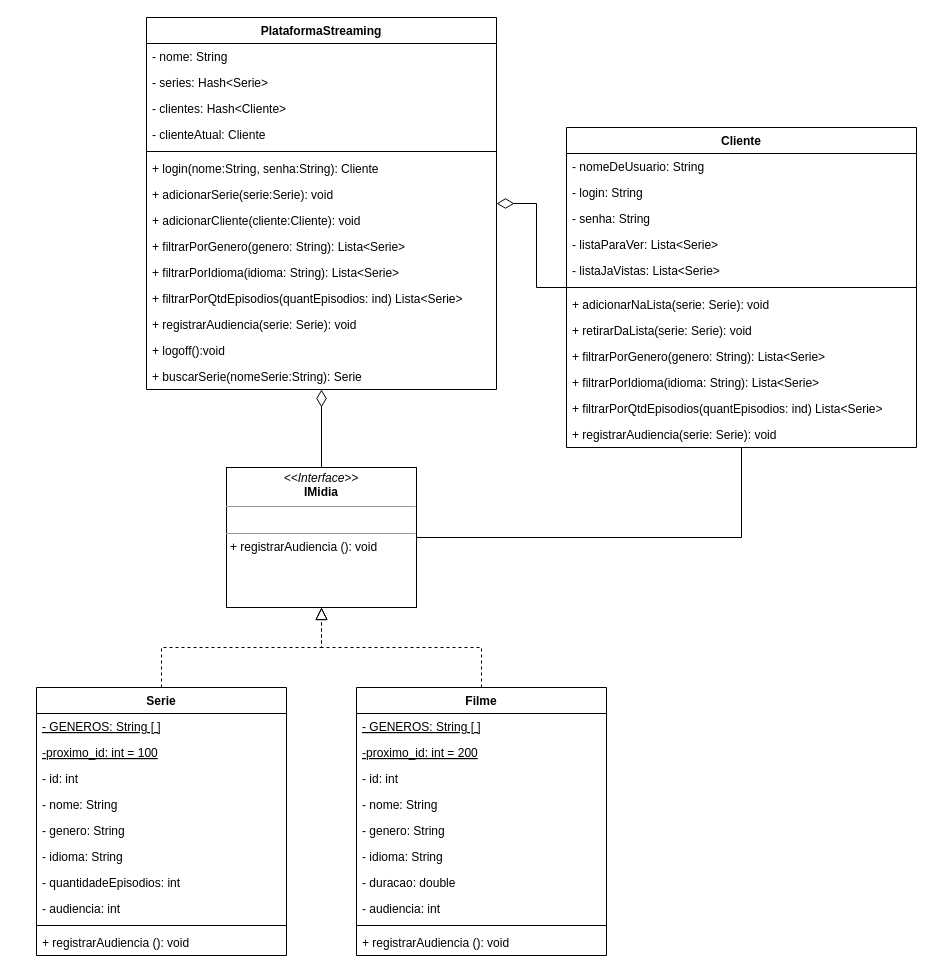
Above: codigo/docs/diagrama/Classe/2.0.0/DiagramaClasse-v2.0.0.drawio in DisciplinasProgramacao/lpm_projetos_3_4_5-grupo6 (draw.io), before the change. Source tidied: cells renumbered, new cells numbered last; positions are measured from the earlier drawing's top-left corner, leaving out a move shared by most shapes. Both pictures are drawn from the tidied source at 100%, with x=0, y=0 at pixel (36, 17).
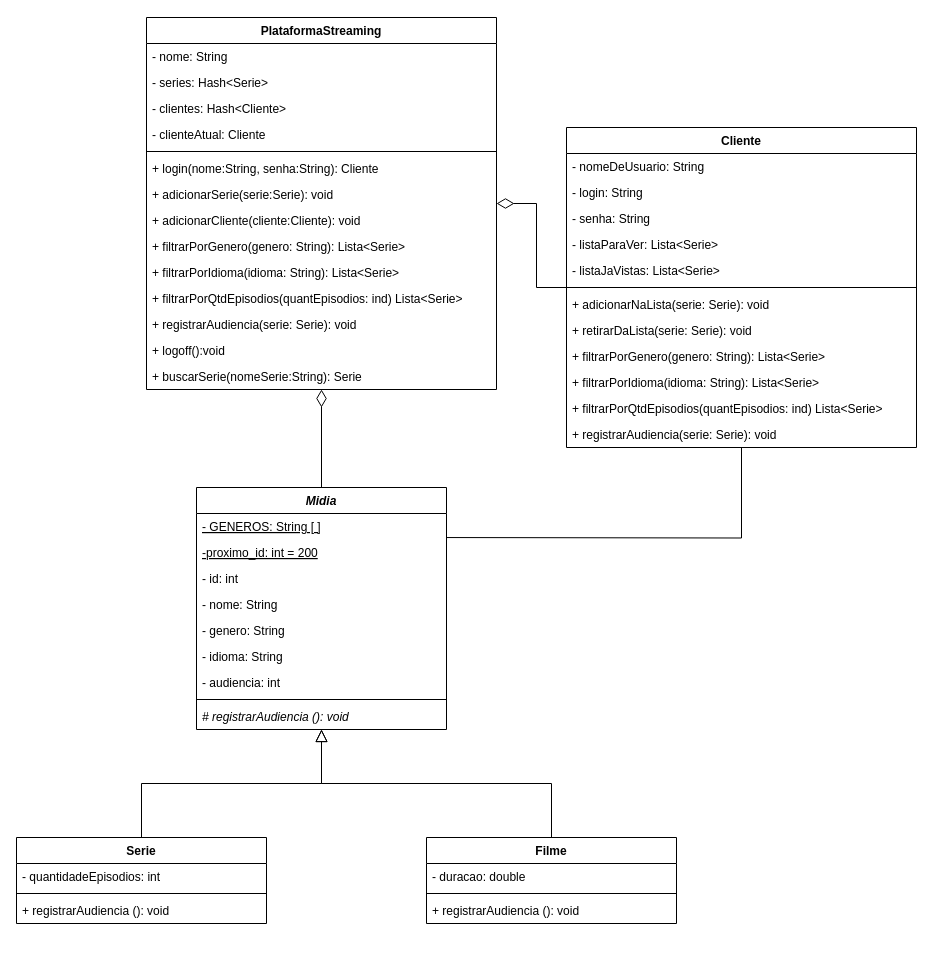
The same page after the edit.

The change refers to these unchanged cells:
```xml
<mxCell id="15" value="Cliente" style="swimlane;fontStyle=1;align=center;verticalAlign=top;horizontal=1;startSize=26;swimlaneFillColor=default;fillColor=default;strokeColor=default;" parent="1" vertex="1">
  <mxGeometry x="530" y="110" width="350" height="320" as="geometry" />
</mxCell>
<mxCell id="28" value="PlataformaStreaming" style="swimlane;fontStyle=1;align=center;verticalAlign=top;horizontal=1;startSize=26;swimlaneFillColor=default;" parent="1" vertex="1">
  <mxGeometry x="110" width="350" height="372" as="geometry" />
</mxCell>
```

The edit, as a diff of the source:
```diff
@@
-    <mxCell id="2" style="edgeStyle=orthogonalEdgeStyle;rounded=0;jettySize=auto;html=1;endArrow=block;endFill=0;endSize=10;dashed=1;" parent="1" edge="1" source="3" target="45">
+    <mxCell id="2" style="edgeStyle=orthogonalEdgeStyle;rounded=0;jettySize=auto;html=1;endArrow=block;endFill=0;endSize=10;" parent="1" edge="1" source="3" target="58">
       <mxGeometry relative="1" as="geometry" />
     </mxCell>
     <mxCell id="3" value="Serie" style="swimlane;fontStyle=1;align=center;verticalAlign=top;horizontal=1;startSize=26;labelBackgroundColor=none;gradientColor=none;swimlaneFillColor=default;" parent="1" vertex="1">
-      <mxGeometry y="670" width="250" height="268" as="geometry" />
+      <mxGeometry x="-20" y="820" width="250" height="86" as="geometry" />
     </mxCell>
-    <mxCell id="4" value="- GENEROS: String [ ]" style="text;strokeColor=none;fillColor=none;align=left;verticalAlign=top;spacingLeft=4;spacingRight=4;overflow=hidden;fontStyle=4;" parent="3" vertex="1">
-      <mxGeometry y="26" width="250" height="26" as="geometry" />
-    </mxCell>
-    <mxCell id="5" value="-proximo_id: int = 100" style="text;strokeColor=none;fillColor=none;align=left;verticalAlign=top;spacingLeft=4;spacingRight=4;overflow=hidden;fontStyle=4;" parent="3" vertex="1">
-      <mxGeometry y="52" width="250" height="26" as="geometry" />
-    </mxCell>
-    <mxCell id="6" value="- id: int" style="text;strokeColor=none;fillColor=none;align=left;verticalAlign=top;spacingLeft=4;spacingRight=4;overflow=hidden;" parent="3" vertex="1">
-      <mxGeometry y="78" width="250" height="26" as="geometry" />
-    </mxCell>
-    <mxCell id="7" value="- nome: String" style="text;strokeColor=none;fillColor=none;align=left;verticalAlign=top;spacingLeft=4;spacingRight=4;overflow=hidden;" parent="3" vertex="1">
-      <mxGeometry y="104" width="250" height="26" as="geometry" />
-    </mxCell>
-    <mxCell id="8" value="- genero: String" style="text;strokeColor=none;fillColor=none;align=left;verticalAlign=top;spacingLeft=4;spacingRight=4;overflow=hidden;" parent="3" vertex="1">
-      <mxGeometry y="130" width="250" height="26" as="geometry" />
-    </mxCell>
-    <mxCell id="9" value="- idioma: String" style="text;strokeColor=none;fillColor=none;align=left;verticalAlign=top;spacingLeft=4;spacingRight=4;overflow=hidden;" parent="3" vertex="1">
-      <mxGeometry y="156" width="250" height="26" as="geometry" />
-    </mxCell>
     <mxCell id="10" value="- quantidadeEpisodios: int" style="text;strokeColor=none;fillColor=none;align=left;verticalAlign=top;spacingLeft=4;spacingRight=4;overflow=hidden;" parent="3" vertex="1">
-      <mxGeometry y="182" width="250" height="26" as="geometry" />
+      <mxGeometry y="26" width="250" height="26" as="geometry" />
     </mxCell>
-    <mxCell id="11" value="- audiencia: int" style="text;strokeColor=none;fillColor=none;align=left;verticalAlign=top;spacingLeft=4;spacingRight=4;overflow=hidden;" parent="3" vertex="1">
-      <mxGeometry y="208" width="250" height="26" as="geometry" />
-    </mxCell>
     <mxCell id="12" style="line;strokeWidth=1;fillColor=none;align=left;verticalAlign=middle;spacingTop=-1;spacingLeft=3;spacingRight=3;labelPosition=right;strokeColor=inherit;" parent="3" vertex="1">
-      <mxGeometry y="234" width="250" height="8" as="geometry" />
+      <mxGeometry y="52" width="250" height="8" as="geometry" />
     </mxCell>
     <mxCell id="13" value="+ registrarAudiencia (): void" style="text;strokeColor=none;fillColor=none;align=left;verticalAlign=top;spacingLeft=4;spacingRight=4;overflow=hidden;" parent="3" vertex="1">
-      <mxGeometry y="242" width="250" height="26" as="geometry" />
+      <mxGeometry y="60" width="250" height="26" as="geometry" />
     </mxCell>
@@
-    <mxCell id="43" style="edgeStyle=orthogonalEdgeStyle;rounded=0;jettySize=auto;html=1;endArrow=diamondThin;endFill=0;startSize=10;endSize=15;" parent="1" edge="1" source="45" target="28">
+    <mxCell id="43" style="edgeStyle=orthogonalEdgeStyle;rounded=0;jettySize=auto;html=1;endArrow=diamondThin;endFill=0;startSize=10;endSize=15;" parent="1" edge="1" source="58" target="28">
       <mxGeometry relative="1" as="geometry" />
     </mxCell>
-    <mxCell id="44" style="edgeStyle=orthogonalEdgeStyle;rounded=0;jettySize=auto;html=1;endArrow=none;endFill=0;" parent="1" edge="1" source="45" target="15">
-      <mxGeometry relative="1" as="geometry" />
+    <mxCell id="44" style="edgeStyle=orthogonalEdgeStyle;rounded=0;jettySize=auto;html=1;endArrow=none;endFill=0;" parent="1" edge="1" target="15">
+      <mxGeometry relative="1" as="geometry">
+        <mxPoint x="380" y="520" as="sourcePoint" />
+      </mxGeometry>
     </mxCell>
-    <mxCell id="45" value="&lt;p style=&quot;margin:0px;margin-top:4px;text-align:center;&quot;&gt;&lt;i&gt;&amp;lt;&amp;lt;Interface&amp;gt;&amp;gt;&lt;/i&gt;&lt;br&gt;&lt;b&gt;IMidia&lt;/b&gt;&lt;/p&gt;&lt;hr size=&quot;1&quot;&gt;&lt;p style=&quot;margin:0px;margin-left:4px;&quot;&gt;&lt;br&gt;&lt;/p&gt;&lt;hr size=&quot;1&quot;&gt;&lt;p style=&quot;margin:0px;margin-left:4px;&quot;&gt;+ registrarAudiencia (): void&lt;/p&gt;" style="verticalAlign=top;align=left;overflow=fill;fontSize=12;fontFamily=Helvetica;html=1;whiteSpace=wrap;" parent="1" vertex="1">
-      <mxGeometry x="190" y="450" width="190" height="140" as="geometry" />
-    </mxCell>
-    <mxCell id="46" style="edgeStyle=orthogonalEdgeStyle;rounded=0;jettySize=auto;html=1;endArrow=block;endFill=0;startSize=10;endSize=10;dashed=1;" parent="1" edge="1" source="47" target="45">
+    <mxCell id="46" style="edgeStyle=orthogonalEdgeStyle;rounded=0;jettySize=auto;html=1;endArrow=block;endFill=0;startSize=10;endSize=10;" parent="1" edge="1" source="47" target="58">
       <mxGeometry relative="1" as="geometry" />
     </mxCell>
     <mxCell id="47" value="Filme" style="swimlane;fontStyle=1;align=center;verticalAlign=top;horizontal=1;startSize=26;labelBackgroundColor=none;gradientColor=none;swimlaneFillColor=default;" parent="1" vertex="1">
-      <mxGeometry x="320" y="670" width="250" height="268" as="geometry" />
+      <mxGeometry x="390" y="820" width="250" height="86" as="geometry" />
     </mxCell>
-    <mxCell id="48" value="- GENEROS: String [ ]" style="text;strokeColor=none;fillColor=none;align=left;verticalAlign=top;spacingLeft=4;spacingRight=4;overflow=hidden;fontStyle=4;" parent="47" vertex="1">
-      <mxGeometry y="26" width="250" height="26" as="geometry" />
-    </mxCell>
-    <mxCell id="49" value="-proximo_id: int = 200" style="text;strokeColor=none;fillColor=none;align=left;verticalAlign=top;spacingLeft=4;spacingRight=4;overflow=hidden;fontStyle=4;" parent="47" vertex="1">
-      <mxGeometry y="52" width="250" height="26" as="geometry" />
-    </mxCell>
-    <mxCell id="50" value="- id: int" style="text;strokeColor=none;fillColor=none;align=left;verticalAlign=top;spacingLeft=4;spacingRight=4;overflow=hidden;" parent="47" vertex="1">
-      <mxGeometry y="78" width="250" height="26" as="geometry" />
-    </mxCell>
-    <mxCell id="51" value="- nome: String" style="text;strokeColor=none;fillColor=none;align=left;verticalAlign=top;spacingLeft=4;spacingRight=4;overflow=hidden;" parent="47" vertex="1">
-      <mxGeometry y="104" width="250" height="26" as="geometry" />
-    </mxCell>
-    <mxCell id="52" value="- genero: String" style="text;strokeColor=none;fillColor=none;align=left;verticalAlign=top;spacingLeft=4;spacingRight=4;overflow=hidden;" parent="47" vertex="1">
-      <mxGeometry y="130" width="250" height="26" as="geometry" />
-    </mxCell>
-    <mxCell id="53" value="- idioma: String" style="text;strokeColor=none;fillColor=none;align=left;verticalAlign=top;spacingLeft=4;spacingRight=4;overflow=hidden;" parent="47" vertex="1">
-      <mxGeometry y="156" width="250" height="26" as="geometry" />
-    </mxCell>
     <mxCell id="54" value="- duracao: double" style="text;strokeColor=none;fillColor=none;align=left;verticalAlign=top;spacingLeft=4;spacingRight=4;overflow=hidden;" parent="47" vertex="1">
-      <mxGeometry y="182" width="250" height="26" as="geometry" />
+      <mxGeometry y="26" width="250" height="26" as="geometry" />
     </mxCell>
-    <mxCell id="55" value="- audiencia: int" style="text;strokeColor=none;fillColor=none;align=left;verticalAlign=top;spacingLeft=4;spacingRight=4;overflow=hidden;" parent="47" vertex="1">
-      <mxGeometry y="208" width="250" height="26" as="geometry" />
-    </mxCell>
     <mxCell id="56" style="line;strokeWidth=1;fillColor=none;align=left;verticalAlign=middle;spacingTop=-1;spacingLeft=3;spacingRight=3;labelPosition=right;strokeColor=inherit;" parent="47" vertex="1">
-      <mxGeometry y="234" width="250" height="8" as="geometry" />
+      <mxGeometry y="52" width="250" height="8" as="geometry" />
     </mxCell>
     <mxCell id="57" value="+ registrarAudiencia (): void" style="text;strokeColor=none;fillColor=none;align=left;verticalAlign=top;spacingLeft=4;spacingRight=4;overflow=hidden;" parent="47" vertex="1">
-      <mxGeometry y="242" width="250" height="26" as="geometry" />
+      <mxGeometry y="60" width="250" height="26" as="geometry" />
     </mxCell>
+    <mxCell id="58" value="Midia" style="swimlane;fontStyle=3;align=center;verticalAlign=top;horizontal=1;startSize=26;labelBackgroundColor=none;gradientColor=none;swimlaneFillColor=default;" parent="1" vertex="1">
+      <mxGeometry x="160" y="470" width="250" height="242" as="geometry" />
+    </mxCell>
+    <mxCell id="59" value="- GENEROS: String [ ]" style="text;strokeColor=none;fillColor=none;align=left;verticalAlign=top;spacingLeft=4;spacingRight=4;overflow=hidden;fontStyle=4;" parent="58" vertex="1">
+      <mxGeometry y="26" width="250" height="26" as="geometry" />
+    </mxCell>
+    <mxCell id="49" value="-proximo_id: int = 200" style="text;strokeColor=none;fillColor=none;align=left;verticalAlign=top;spacingLeft=4;spacingRight=4;overflow=hidden;fontStyle=4;" parent="58" vertex="1">
+      <mxGeometry y="52" width="250" height="26" as="geometry" />
+    </mxCell>
+    <mxCell id="60" value="- id: int" style="text;strokeColor=none;fillColor=none;align=left;verticalAlign=top;spacingLeft=4;spacingRight=4;overflow=hidden;" parent="58" vertex="1">
+      <mxGeometry y="78" width="250" height="26" as="geometry" />
+    </mxCell>
+    <mxCell id="61" value="- nome: String" style="text;strokeColor=none;fillColor=none;align=left;verticalAlign=top;spacingLeft=4;spacingRight=4;overflow=hidden;" parent="58" vertex="1">
+      <mxGeometry y="104" width="250" height="26" as="geometry" />
+    </mxCell>
+    <mxCell id="62" value="- genero: String" style="text;strokeColor=none;fillColor=none;align=left;verticalAlign=top;spacingLeft=4;spacingRight=4;overflow=hidden;" parent="58" vertex="1">
+      <mxGeometry y="130" width="250" height="26" as="geometry" />
+    </mxCell>
+    <mxCell id="63" value="- idioma: String" style="text;strokeColor=none;fillColor=none;align=left;verticalAlign=top;spacingLeft=4;spacingRight=4;overflow=hidden;" parent="58" vertex="1">
+      <mxGeometry y="156" width="250" height="26" as="geometry" />
+    </mxCell>
+    <mxCell id="64" value="- audiencia: int" style="text;strokeColor=none;fillColor=none;align=left;verticalAlign=top;spacingLeft=4;spacingRight=4;overflow=hidden;" parent="58" vertex="1">
+      <mxGeometry y="182" width="250" height="26" as="geometry" />
+    </mxCell>
+    <mxCell id="65" style="line;strokeWidth=1;fillColor=none;align=left;verticalAlign=middle;spacingTop=-1;spacingLeft=3;spacingRight=3;labelPosition=right;strokeColor=inherit;" parent="58" vertex="1">
+      <mxGeometry y="208" width="250" height="8" as="geometry" />
+    </mxCell>
+    <mxCell id="66" value="# registrarAudiencia (): void" style="text;strokeColor=none;fillColor=none;align=left;verticalAlign=top;spacingLeft=4;spacingRight=4;overflow=hidden;fontStyle=2;" parent="58" vertex="1">
+      <mxGeometry y="216" width="250" height="26" as="geometry" />
+    </mxCell>
```
